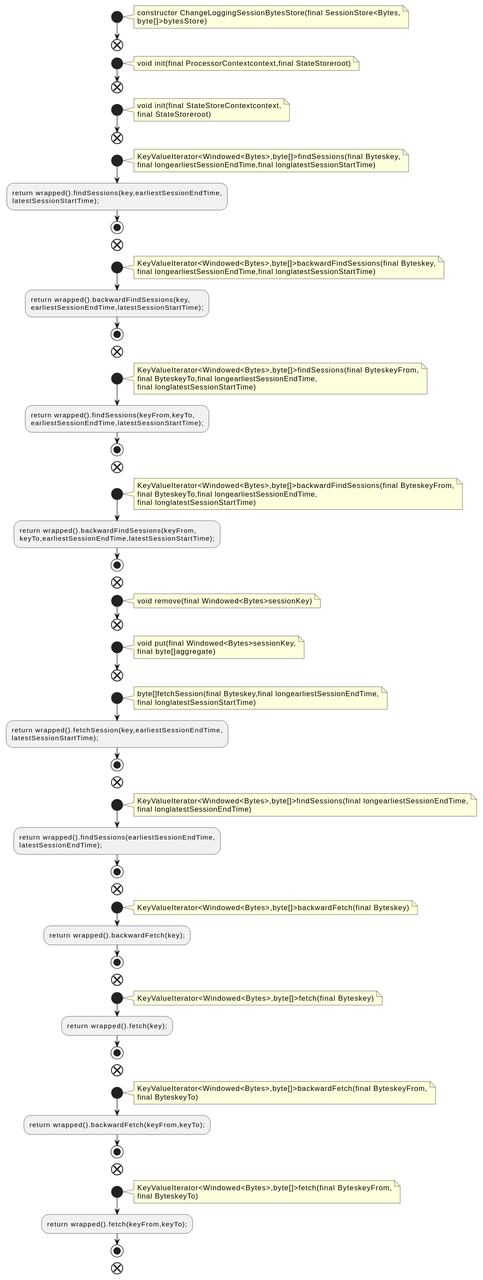
Earlier version of the PlantUML export docs/qc/streams/src/main/java/org/apache/kafka/streams/state/internals/ChangeLoggingSessionBytesStore.java.fct.svg (qualitesys/kafka).
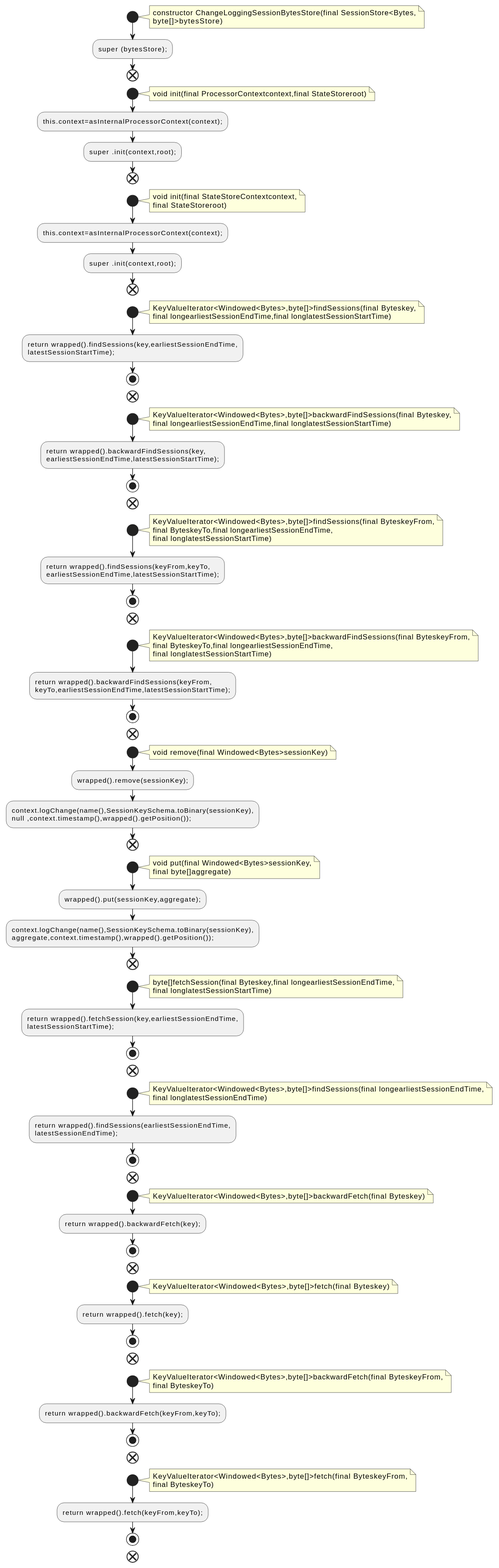
Later version of the same file.

Change to the diagram source:
```diff
@@ -5,17 +5,22 @@
 constructor ChangeLoggingSessionBytesStore(final SessionStore<Bytes,
 byte[]>bytesStore)
 end note
+:super (bytesStore);;
 end
 start
 note right
 void init(final ProcessorContextcontext,final StateStoreroot)
 end note
+:this.context=asInternalProcessorContext(context);;
+:super .init(context,root);;
 end
 start
 note right
 void init(final StateStoreContextcontext,
 final StateStoreroot)
 end note
+:this.context=asInternalProcessorContext(context);;
+:super .init(context,root);;
 end
 start
 note right
@@ -59,12 +64,18 @@
 note right
 void remove(final Windowed<Bytes>sessionKey)
 end note
+:wrapped().remove(sessionKey);;
+:context.logChange(name(),SessionKeySchema.toBinary(sessionKey),
+null ,context.timestamp(),wrapped().getPosition());;
 end
 start
 note right
 void put(final Windowed<Bytes>sessionKey,
 final byte[]aggregate)
 end note
+:wrapped().put(sessionKey,aggregate);;
+:context.logChange(name(),SessionKeySchema.toBinary(sessionKey),
+aggregate,context.timestamp(),wrapped().getPosition());;
 end
 start
 note right
```
